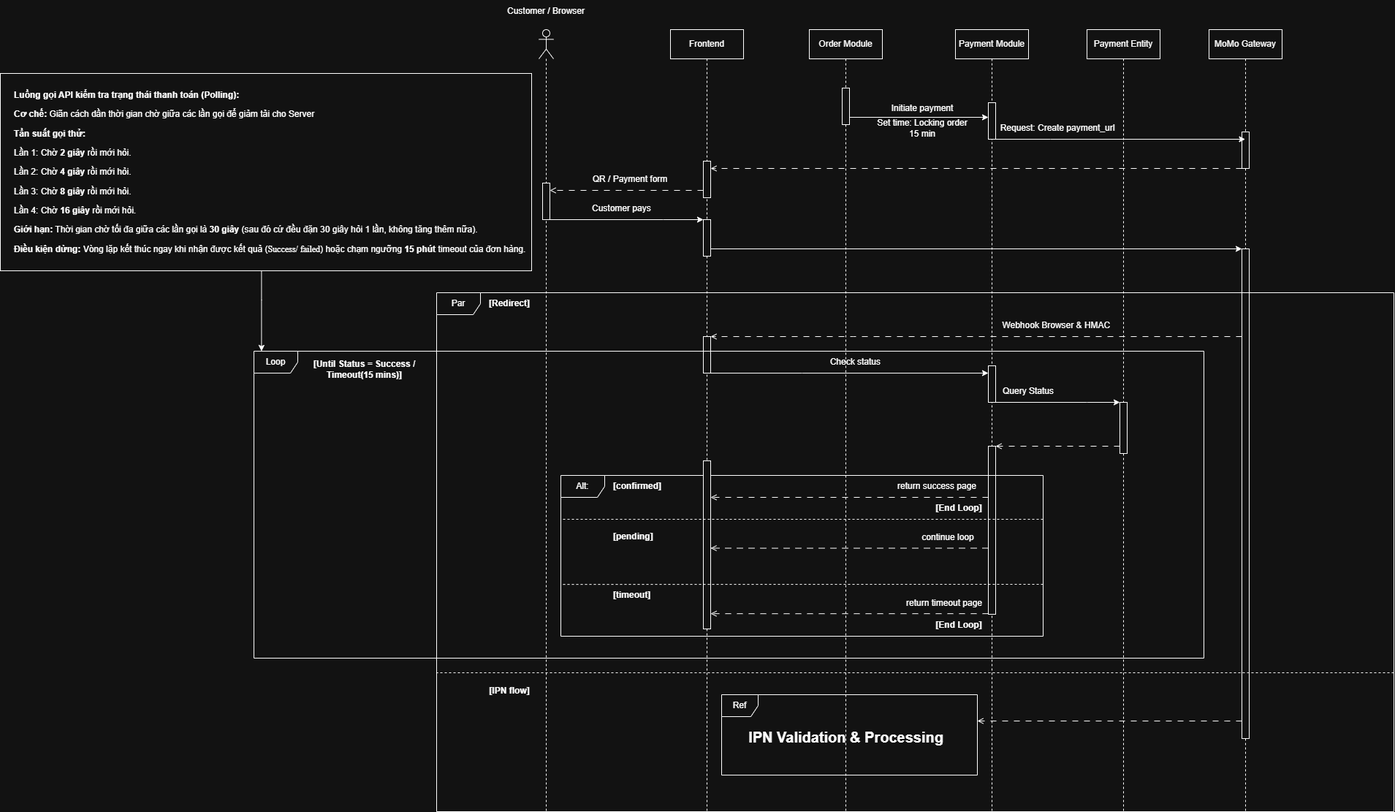
This is Diagram/Sequence/Sequence-Payment_Phase_3&4.png from sangtruong320-lab/BA-OMS-process-improvement, a draw.io export, as it was before one commit. Source tidied: cells renumbered, new cells last; positions are measured from the earlier drawing's top-left corner, leaving out a move shared by most shapes.
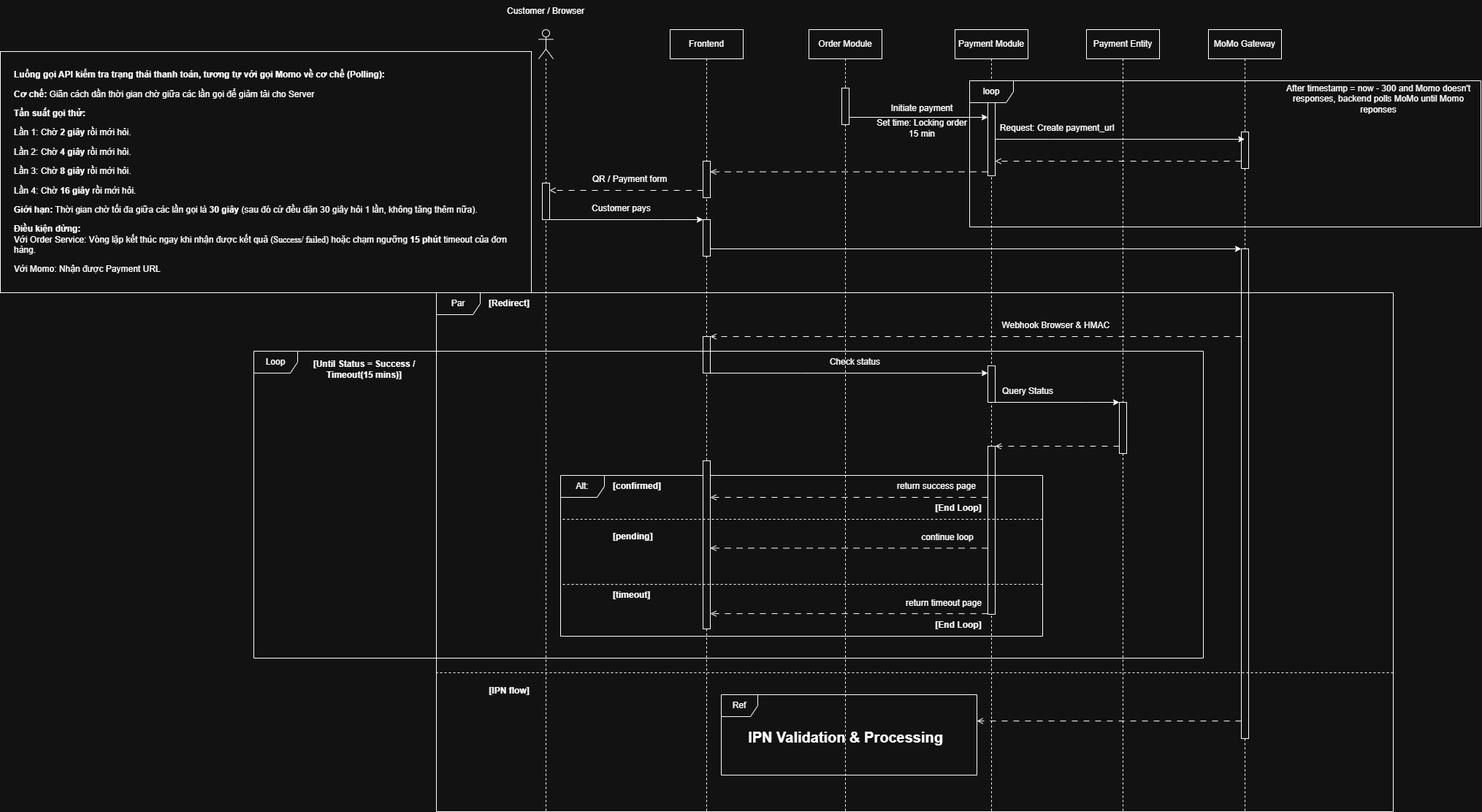
Above is the later version.

Diff of the diagram source:
```diff
@@ -3,13 +3,13 @@
     <mxCell id="0" />
     <mxCell id="1" parent="0" />
     <mxCell id="2" style="rounded=0;whiteSpace=wrap;html=1;" parent="1" vertex="1">
-      <mxGeometry y="100" width="727" height="270" as="geometry" />
+      <mxGeometry y="70" width="727" height="330" as="geometry" />
     </mxCell>
     <mxCell id="3" value="Payment Module" style="shape=umlLifeline;perimeter=lifelinePerimeter;whiteSpace=wrap;html=1;newEdgeStyle={&quot;curved&quot;:0,&quot;rounded&quot;:0};" parent="1" vertex="1">
       <mxGeometry x="1307" y="40" width="100" height="1070" as="geometry" />
     </mxCell>
     <mxCell id="4" style="html=1;points=[[0,0,0,0,5],[0,1,0,0,-5],[1,0,0,0,5],[1,1,0,0,-5]];perimeter=orthogonalPerimeter;outlineConnect=0;targetShapes=umlLifeline;portConstraint=eastwest;newEdgeStyle={&quot;curved&quot;:0,&quot;rounded&quot;:0};" parent="3" vertex="1">
-      <mxGeometry x="45" y="100" width="10" height="50" as="geometry" />
+      <mxGeometry x="45" y="100" width="10" height="100" as="geometry" />
     </mxCell>
     <mxCell id="5" style="html=1;perimeter=orthogonalPerimeter;targetShapes=umlLifeline;newEdgeStyle={&quot;curved&quot;:0,&quot;rounded&quot;:0};" parent="3" vertex="1">
       <mxGeometry x="45" y="570" width="10" height="230" as="geometry" />
@@ -76,14 +76,6 @@
     <mxCell id="23" value="Set time: Locking order&lt;br&gt;&amp;nbsp;15 min&amp;nbsp;" style="text;html=1;whiteSpace=wrap;strokeColor=none;fillColor=none;align=center;verticalAlign=middle;rounded=0;" parent="1" vertex="1">
       <mxGeometry x="1187" y="160" width="150" height="30" as="geometry" />
     </mxCell>
-    <mxCell id="24" style="edgeStyle=orthogonalEdgeStyle;rounded=0;jettySize=auto;html=1;curved=0;endArrow=open;endFill=0;dashed=1;dashPattern=8 8;" parent="1" edge="1" source="14" target="9">
-      <mxGeometry relative="1" as="geometry">
-        <Array as="points">
-          <mxPoint x="1157" y="230" />
-          <mxPoint x="1157" y="230" />
-        </Array>
-      </mxGeometry>
-    </mxCell>
     <mxCell id="25" style="edgeStyle=orthogonalEdgeStyle;rounded=0;jettySize=auto;html=1;curved=0;endArrow=open;endFill=0;dashed=1;dashPattern=8 8;" parent="1" edge="1" source="9" target="17">
       <mxGeometry relative="1" as="geometry">
         <Array as="points">
@@ -279,15 +271,31 @@
     <mxCell id="62" value="&lt;b&gt;[End Loop]&lt;/b&gt;" style="text;html=1;whiteSpace=wrap;strokeColor=none;fillColor=none;align=center;verticalAlign=middle;rounded=0;" parent="1" vertex="1">
       <mxGeometry x="1277" y="680" width="70" height="30" as="geometry" />
     </mxCell>
-    <mxCell id="63" value="&lt;p&gt;&lt;b&gt;Luồng gọi API kiểm tra trạng thái thanh toán (Polling):&lt;/b&gt;&lt;/p&gt;&lt;p&gt;&lt;b style=&quot;background-color: transparent; color: light-dark(rgb(0, 0, 0), rgb(255, 255, 255));&quot;&gt;Cơ chế:&lt;/b&gt;&lt;span style=&quot;background-color: transparent; color: light-dark(rgb(0, 0, 0), rgb(255, 255, 255));&quot;&gt; Giãn cách dần thời gian chờ giữa các lần gọi để giảm tải cho Server&lt;/span&gt;&lt;/p&gt;&lt;p&gt;&lt;b style=&quot;background-color: transparent; color: light-dark(rgb(0, 0, 0), rgb(255, 255, 255));&quot;&gt;Tần suất gọi thử:&lt;/b&gt;&lt;/p&gt;&lt;p&gt;&lt;span style=&quot;background-color: transparent; color: light-dark(rgb(0, 0, 0), rgb(255, 255, 255));&quot;&gt;Lần 1: Chờ &lt;/span&gt;&lt;b style=&quot;background-color: transparent; color: light-dark(rgb(0, 0, 0), rgb(255, 255, 255));&quot;&gt;2 giây&lt;/b&gt;&lt;span style=&quot;background-color: transparent; color: light-dark(rgb(0, 0, 0), rgb(255, 255, 255));&quot;&gt; rồi mới hỏi.&lt;/span&gt;&lt;/p&gt;&lt;p&gt;&lt;span style=&quot;background-color: transparent; color: light-dark(rgb(0, 0, 0), rgb(255, 255, 255));&quot;&gt;Lần 2: Chờ &lt;/span&gt;&lt;b style=&quot;background-color: transparent; color: light-dark(rgb(0, 0, 0), rgb(255, 255, 255));&quot;&gt;4 giây&lt;/b&gt;&lt;span style=&quot;background-color: transparent; color: light-dark(rgb(0, 0, 0), rgb(255, 255, 255));&quot;&gt; rồi mới hỏi.&lt;/span&gt;&lt;/p&gt;&lt;p&gt;&lt;span style=&quot;background-color: transparent; color: light-dark(rgb(0, 0, 0), rgb(255, 255, 255));&quot;&gt;Lần 3: Chờ &lt;/span&gt;&lt;b style=&quot;background-color: transparent; color: light-dark(rgb(0, 0, 0), rgb(255, 255, 255));&quot;&gt;8 giây&lt;/b&gt;&lt;span style=&quot;background-color: transparent; color: light-dark(rgb(0, 0, 0), rgb(255, 255, 255));&quot;&gt; rồi mới hỏi.&lt;/span&gt;&lt;/p&gt;&lt;p&gt;&lt;span style=&quot;background-color: transparent; color: light-dark(rgb(0, 0, 0), rgb(255, 255, 255));&quot;&gt;Lần 4: Chờ &lt;/span&gt;&lt;b style=&quot;background-color: transparent; color: light-dark(rgb(0, 0, 0), rgb(255, 255, 255));&quot;&gt;16 giây&lt;/b&gt;&lt;span style=&quot;background-color: transparent; color: light-dark(rgb(0, 0, 0), rgb(255, 255, 255));&quot;&gt; rồi mới hỏi.&lt;/span&gt;&lt;/p&gt;&lt;p&gt;&lt;b style=&quot;background-color: transparent; color: light-dark(rgb(0, 0, 0), rgb(255, 255, 255));&quot;&gt;Giới hạn:&lt;/b&gt;&lt;span style=&quot;background-color: transparent; color: light-dark(rgb(0, 0, 0), rgb(255, 255, 255));&quot;&gt; Thời gian chờ tối đa giữa các lần gọi là &lt;/span&gt;&lt;b style=&quot;background-color: transparent; color: light-dark(rgb(0, 0, 0), rgb(255, 255, 255));&quot;&gt;30 giây&lt;/b&gt;&lt;span style=&quot;background-color: transparent; color: light-dark(rgb(0, 0, 0), rgb(255, 255, 255));&quot;&gt; (sau đó cứ đều đặn 30 giây hỏi 1 lần, không tăng thêm nữa).&lt;/span&gt;&lt;/p&gt;&lt;p&gt;&lt;b style=&quot;background-color: transparent; color: light-dark(rgb(0, 0, 0), rgb(255, 255, 255));&quot;&gt;Điều kiện dừng:&lt;/b&gt;&lt;span style=&quot;background-color: transparent; color: light-dark(rgb(0, 0, 0), rgb(255, 255, 255));&quot;&gt; Vòng lặp kết thúc ngay khi nhận được kết quả (&lt;font face=&quot;Times New Roman&quot;&gt;Success/ failed&lt;/font&gt;&lt;/span&gt;&lt;span style=&quot;background-color: transparent; color: light-dark(rgb(0, 0, 0), rgb(255, 255, 255));&quot;&gt;) hoặc chạm ngưỡng &lt;/span&gt;&lt;b style=&quot;background-color: transparent; color: light-dark(rgb(0, 0, 0), rgb(255, 255, 255));&quot;&gt;15 phút&lt;/b&gt;&lt;span style=&quot;background-color: transparent; color: light-dark(rgb(0, 0, 0), rgb(255, 255, 255));&quot;&gt; timeout của đơn hàng.&lt;/span&gt;&lt;/p&gt;" style="text;html=1;whiteSpace=wrap;strokeColor=none;fillColor=none;align=left;verticalAlign=middle;rounded=0;" parent="1" vertex="1">
+    <mxCell id="63" value="&lt;p&gt;&lt;b&gt;Luồng gọi API kiểm tra trạng thái thanh toán, tương tự với gọi Momo về cơ chế (Polling):&lt;/b&gt;&lt;/p&gt;&lt;p&gt;&lt;b style=&quot;background-color: transparent; color: light-dark(rgb(0, 0, 0), rgb(255, 255, 255));&quot;&gt;Cơ chế:&lt;/b&gt;&lt;span style=&quot;background-color: transparent; color: light-dark(rgb(0, 0, 0), rgb(255, 255, 255));&quot;&gt; Giãn cách dần thời gian chờ giữa các lần gọi để giảm tải cho Server&lt;/span&gt;&lt;/p&gt;&lt;p&gt;&lt;b style=&quot;background-color: transparent; color: light-dark(rgb(0, 0, 0), rgb(255, 255, 255));&quot;&gt;Tần suất gọi thử:&lt;/b&gt;&lt;/p&gt;&lt;p&gt;&lt;span style=&quot;background-color: transparent; color: light-dark(rgb(0, 0, 0), rgb(255, 255, 255));&quot;&gt;Lần 1: Chờ &lt;/span&gt;&lt;b style=&quot;background-color: transparent; color: light-dark(rgb(0, 0, 0), rgb(255, 255, 255));&quot;&gt;2 giây&lt;/b&gt;&lt;span style=&quot;background-color: transparent; color: light-dark(rgb(0, 0, 0), rgb(255, 255, 255));&quot;&gt; rồi mới hỏi.&lt;/span&gt;&lt;/p&gt;&lt;p&gt;&lt;span style=&quot;background-color: transparent; color: light-dark(rgb(0, 0, 0), rgb(255, 255, 255));&quot;&gt;Lần 2: Chờ &lt;/span&gt;&lt;b style=&quot;background-color: transparent; color: light-dark(rgb(0, 0, 0), rgb(255, 255, 255));&quot;&gt;4 giây&lt;/b&gt;&lt;span style=&quot;background-color: transparent; color: light-dark(rgb(0, 0, 0), rgb(255, 255, 255));&quot;&gt; rồi mới hỏi.&lt;/span&gt;&lt;/p&gt;&lt;p&gt;&lt;span style=&quot;background-color: transparent; color: light-dark(rgb(0, 0, 0), rgb(255, 255, 255));&quot;&gt;Lần 3: Chờ &lt;/span&gt;&lt;b style=&quot;background-color: transparent; color: light-dark(rgb(0, 0, 0), rgb(255, 255, 255));&quot;&gt;8 giây&lt;/b&gt;&lt;span style=&quot;background-color: transparent; color: light-dark(rgb(0, 0, 0), rgb(255, 255, 255));&quot;&gt; rồi mới hỏi.&lt;/span&gt;&lt;/p&gt;&lt;p&gt;&lt;span style=&quot;background-color: transparent; color: light-dark(rgb(0, 0, 0), rgb(255, 255, 255));&quot;&gt;Lần 4: Chờ &lt;/span&gt;&lt;b style=&quot;background-color: transparent; color: light-dark(rgb(0, 0, 0), rgb(255, 255, 255));&quot;&gt;16 giây&lt;/b&gt;&lt;span style=&quot;background-color: transparent; color: light-dark(rgb(0, 0, 0), rgb(255, 255, 255));&quot;&gt; rồi mới hỏi.&lt;/span&gt;&lt;/p&gt;&lt;p&gt;&lt;b style=&quot;background-color: transparent; color: light-dark(rgb(0, 0, 0), rgb(255, 255, 255));&quot;&gt;Giới hạn:&lt;/b&gt;&lt;span style=&quot;background-color: transparent; color: light-dark(rgb(0, 0, 0), rgb(255, 255, 255));&quot;&gt; Thời gian chờ tối đa giữa các lần gọi là &lt;/span&gt;&lt;b style=&quot;background-color: transparent; color: light-dark(rgb(0, 0, 0), rgb(255, 255, 255));&quot;&gt;30 giây&lt;/b&gt;&lt;span style=&quot;background-color: transparent; color: light-dark(rgb(0, 0, 0), rgb(255, 255, 255));&quot;&gt; (sau đó cứ đều đặn 30 giây hỏi 1 lần, không tăng thêm nữa).&lt;/span&gt;&lt;/p&gt;&lt;p&gt;&lt;b style=&quot;background-color: transparent; color: light-dark(rgb(0, 0, 0), rgb(255, 255, 255));&quot;&gt;Điều kiện dừng:&lt;br&gt;&lt;/b&gt;&lt;span style=&quot;background-color: transparent; color: light-dark(rgb(0, 0, 0), rgb(255, 255, 255));&quot;&gt;Với Order Service:&amp;nbsp;&lt;/span&gt;&lt;span style=&quot;background-color: transparent; color: light-dark(rgb(0, 0, 0), rgb(255, 255, 255));&quot;&gt;Vòng lặp kết thúc ngay khi nhận được kết quả (&lt;font face=&quot;Times New Roman&quot;&gt;Success/ failed&lt;/font&gt;&lt;/span&gt;&lt;span style=&quot;background-color: transparent; color: light-dark(rgb(0, 0, 0), rgb(255, 255, 255));&quot;&gt;) hoặc chạm ngưỡng &lt;/span&gt;&lt;b style=&quot;background-color: transparent; color: light-dark(rgb(0, 0, 0), rgb(255, 255, 255));&quot;&gt;15 phút&lt;/b&gt;&lt;span style=&quot;background-color: transparent; color: light-dark(rgb(0, 0, 0), rgb(255, 255, 255));&quot;&gt; timeout của đơn hàng.&lt;/span&gt;&lt;/p&gt;&lt;p&gt;&lt;span style=&quot;background-color: transparent; color: light-dark(rgb(0, 0, 0), rgb(255, 255, 255));&quot;&gt;Với Momo: Nhận được Payment URL&lt;/span&gt;&lt;/p&gt;" style="text;html=1;whiteSpace=wrap;strokeColor=none;fillColor=none;align=left;verticalAlign=middle;rounded=0;" parent="1" vertex="1">
       <mxGeometry x="17" y="100" width="710" height="270" as="geometry" />
     </mxCell>
-    <mxCell id="64" style="edgeStyle=orthogonalEdgeStyle;rounded=0;jettySize=auto;html=1;entryX=0.008;entryY=0;entryDx=0;entryDy=0;entryPerimeter=0;" parent="1" edge="1" source="63" target="39">
-      <mxGeometry relative="1" as="geometry">
-        <Array as="points">
-          <mxPoint x="357" y="410" />
-        </Array>
-      </mxGeometry>
-    </mxCell>
+    <mxCell id="65" style="edgeStyle=orthogonalEdgeStyle;rounded=0;jettySize=auto;html=1;curved=0;dashed=1;dashPattern=8 8;endArrow=open;endFill=0;" parent="1" edge="1" source="14" target="4">
+      <mxGeometry relative="1" as="geometry">
+        <Array as="points">
+          <mxPoint x="1617" y="220" />
+          <mxPoint x="1617" y="220" />
+        </Array>
+      </mxGeometry>
+    </mxCell>
+    <mxCell id="66" style="edgeStyle=orthogonalEdgeStyle;rounded=0;jettySize=auto;html=1;curved=0;dashed=1;dashPattern=8 8;endArrow=open;endFill=0;" parent="1" edge="1" target="9">
+      <mxGeometry relative="1" as="geometry">
+        <mxPoint x="1352" y="234.6" as="sourcePoint" />
+        <Array as="points">
+          <mxPoint x="1067" y="235" />
+          <mxPoint x="1067" y="235" />
+        </Array>
+      </mxGeometry>
+    </mxCell>
+    <mxCell id="67" value="loop" style="shape=umlFrame;whiteSpace=wrap;html=1;" parent="1" vertex="1">
+      <mxGeometry x="1327" y="110" width="700" height="200" as="geometry" />
+    </mxCell>
+    <mxCell id="68" value="After timestamp = now - 300 and Momo doesn't responses,&amp;nbsp;backend polls MoMo until Momo reponses" style="text;html=1;whiteSpace=wrap;strokeColor=none;fillColor=none;align=center;verticalAlign=middle;rounded=0;" parent="1" vertex="1">
+      <mxGeometry x="1747" y="110" width="280" height="50" as="geometry" />
+    </mxCell>
   </root>
 </mxGraphModel>
```
